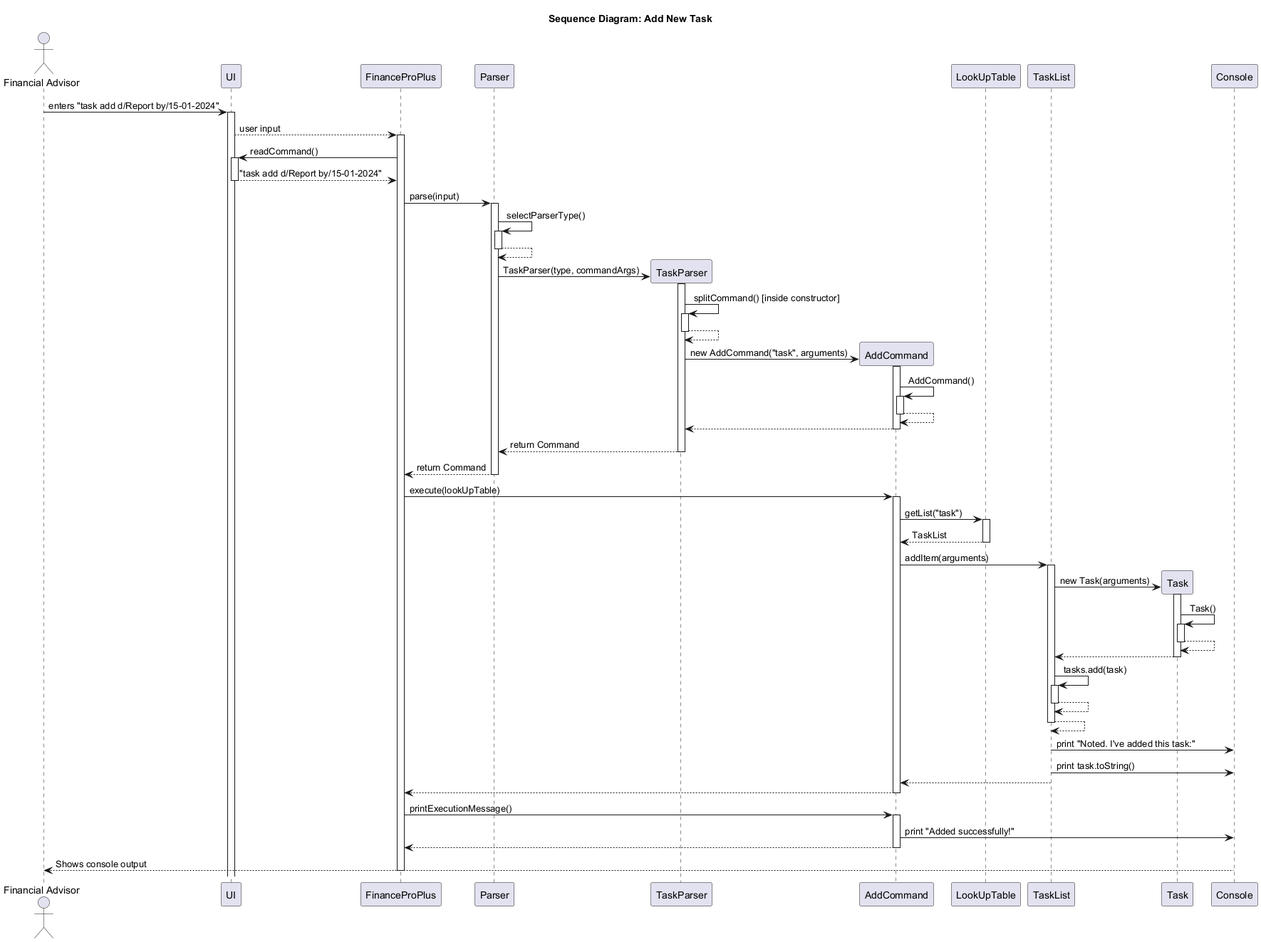
Above: docs/umldiagrams/tasksequence.png in ZT712002/tp (PlantUML), before the change.
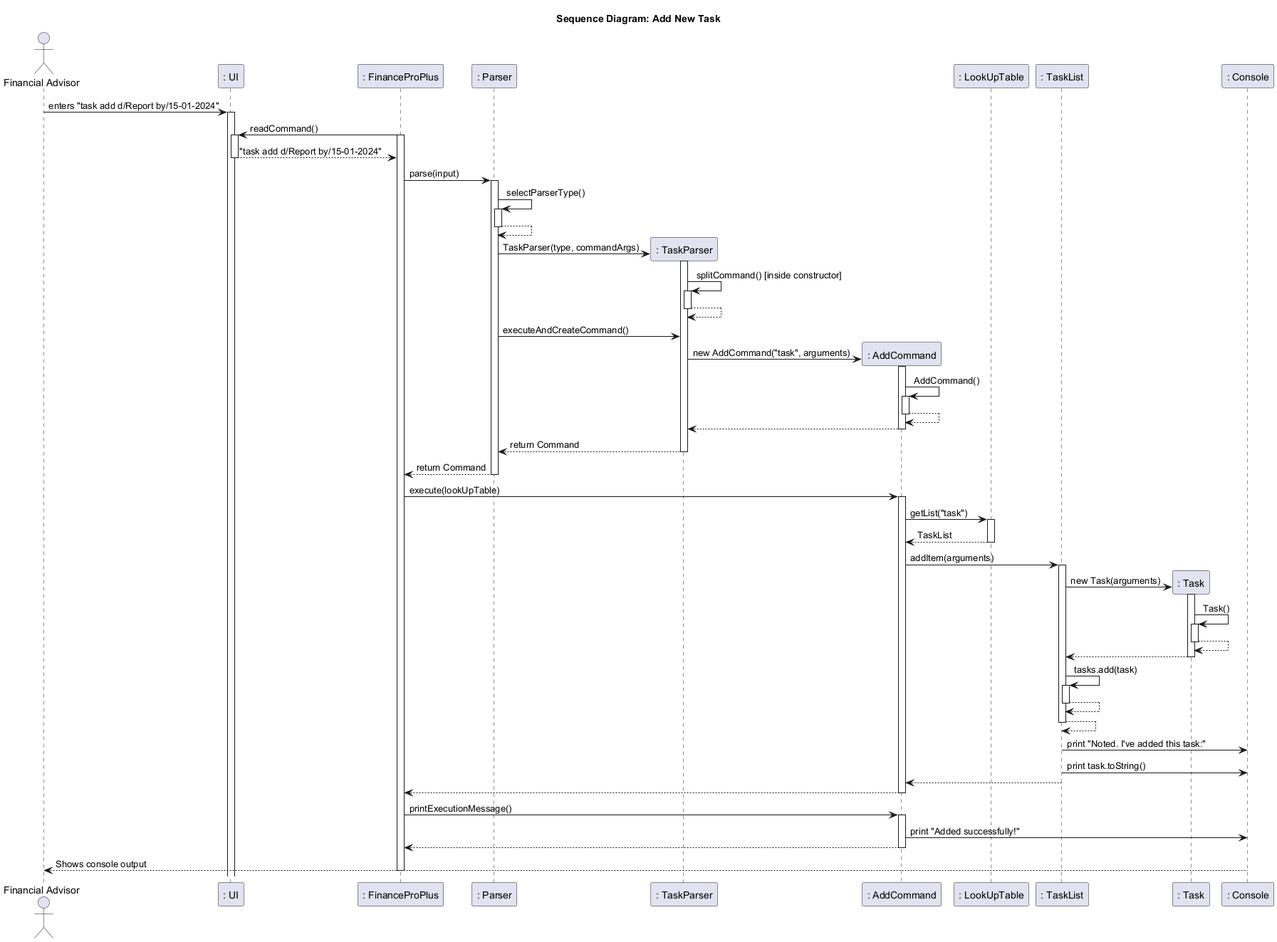
After the commit.

Commit message:
updated sequence diagram to include colons before class name

Diff of the diagram source:
```diff
@@ -5,22 +5,21 @@
 
 
 actor User as "Financial Advisor"
-participant UI
-participant App as "FinanceProPlus"
-participant Parser
-participant TaskParser
-participant Command as "AddCommand"
-participant LookUpTable
-participant TaskList
-participant Task
-participant Console
+participant ": UI" as UI
+participant ": FinanceProPlus" as App
+participant ": Parser" as Parser
+participant ": TaskParser" as TaskParser
+participant ": AddCommand" as Command
+participant ": LookUpTable" as LookUpTable
+participant ": TaskList" as TaskList
+participant ": Task" as Task
+participant ": Console" as Console
 
 
 User -> UI: enters "task add d/Report by/15-01-2024"
 activate UI
-UI --> App: user input
+App -> UI: readCommand()
 activate App
-App -> UI: readCommand()
 activate UI
 UI --> App: "task add d/Report by/15-01-2024"
 deactivate UI
@@ -40,6 +39,7 @@
     TaskParser --> TaskParser
     deactivate TaskParser
 
+    Parser -> TaskParser: executeAndCreateCommand()
     TaskParser -> Command**: new AddCommand("task", arguments)
     activate Command
     Command -> Command: AddCommand()
```
